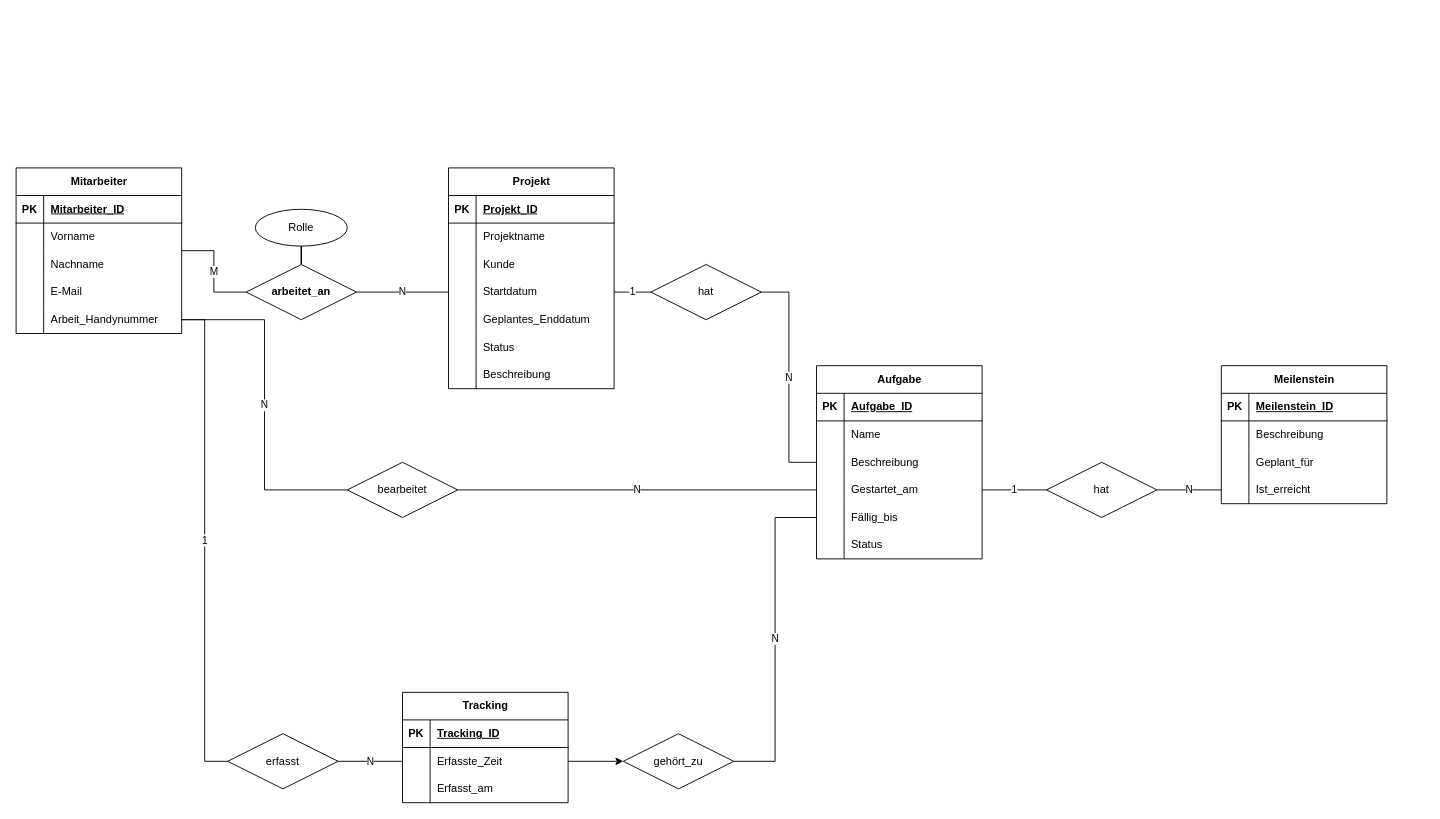
Before: tracking_database_erm.drawio in M1ndflayer/project_tracking_software, a draw.io diagram. Source tidied: cells renumbered, new cells numbered last; positions are measured from the earlier drawing's top-left corner, leaving out a move shared by most shapes. Both pictures are drawn from the tidied source at 92%, with x=0, y=0 at pixel (16, 167).
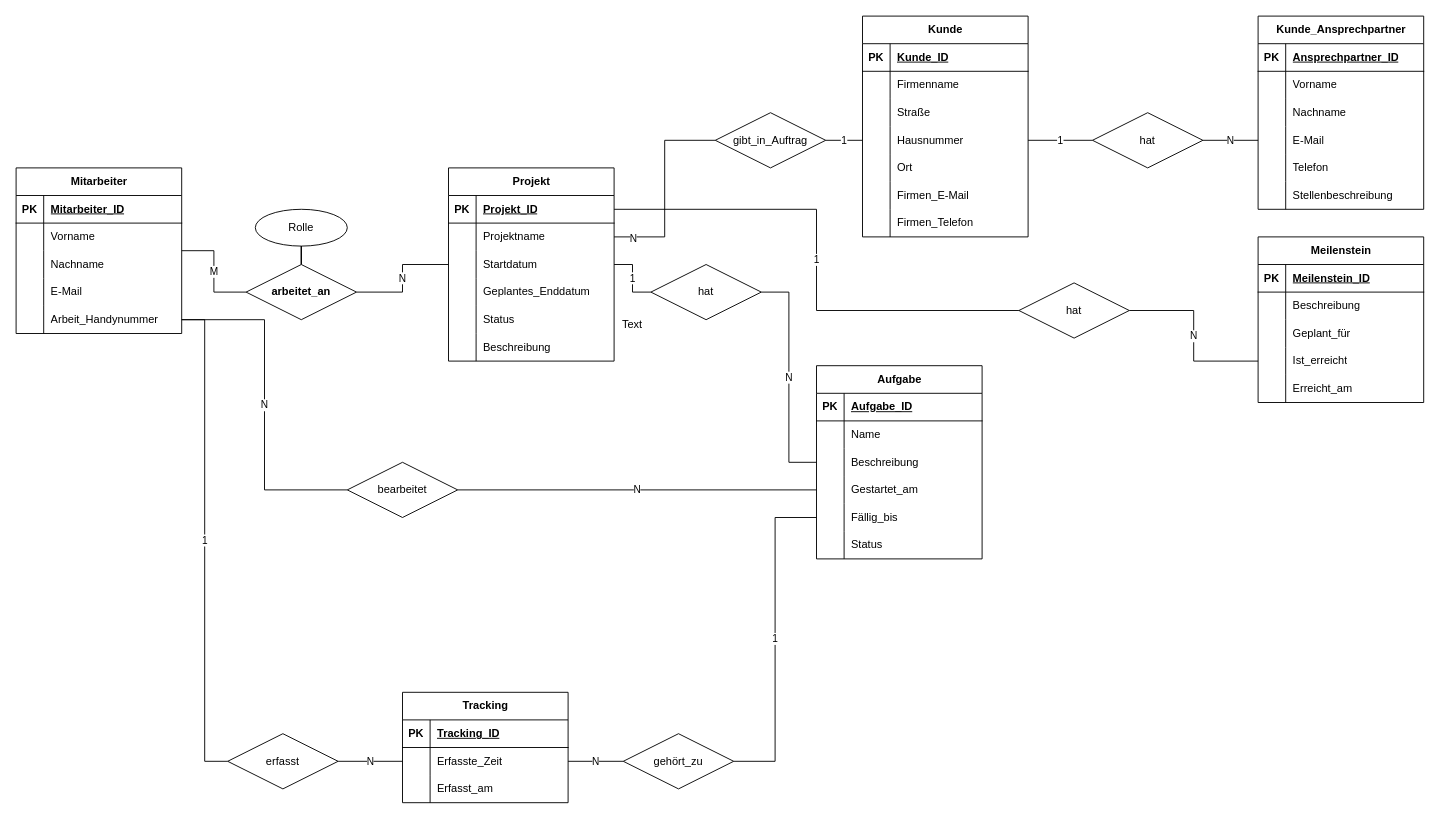
The same page after the edit.

The change refers to these unchanged cells:
```xml
<mxCell id="3" style="shape=tableRow;horizontal=0;startSize=0;swimlaneHead=0;swimlaneBody=0;fillColor=none;points=[[0,0.5],[1,0.5]];portConstraint=eastwest;top=0;left=0;right=0;bottom=1;" parent="2" vertex="1">
  <mxGeometry y="30" width="180" height="30" as="geometry" />
</mxCell>
<mxCell id="6" style="shape=tableRow;horizontal=0;startSize=0;swimlaneHead=0;swimlaneBody=0;fillColor=none;points=[[0,0.5],[1,0.5]];portConstraint=eastwest;top=0;left=0;right=0;bottom=0;" parent="2" vertex="1">
  <mxGeometry y="60" width="180" height="30" as="geometry" />
</mxCell>
<mxCell id="51" style="shape=tableRow;horizontal=0;startSize=0;swimlaneHead=0;swimlaneBody=0;fillColor=none;points=[[0,0.5],[1,0.5]];portConstraint=eastwest;top=0;left=0;right=0;bottom=0;" parent="41" vertex="1">
  <mxGeometry y="120" width="180" height="30" as="geometry" />
</mxCell>
<mxCell id="54" style="shape=tableRow;horizontal=0;startSize=0;swimlaneHead=0;swimlaneBody=0;fillColor=none;points=[[0,0.5],[1,0.5]];portConstraint=eastwest;top=0;left=0;right=0;bottom=0;" parent="41" vertex="1">
  <mxGeometry y="150" width="180" height="30" as="geometry" />
</mxCell>
<mxCell id="77" style="shape=tableRow;horizontal=0;startSize=0;swimlaneHead=0;swimlaneBody=0;fillColor=none;points=[[0,0.5],[1,0.5]];portConstraint=eastwest;top=0;left=0;right=0;bottom=0;" parent="73" vertex="1">
  <mxGeometry y="60" width="180" height="30" as="geometry" />
</mxCell>
<mxCell id="97" value="gehört_zu" style="shape=rhombus;perimeter=rhombusPerimeter;whiteSpace=wrap;html=1;align=center;" parent="1" vertex="1">
  <mxGeometry x="660" y="615" width="120" height="60" as="geometry" />
</mxCell>
```

The edit, as a diff of the source:
```diff
@@
     <mxCell id="2" value="Projekt" style="shape=table;startSize=30;childLayout=tableLayout;rowLines=0;fontStyle=1;align=center;html=1;" parent="1" vertex="1">
-      <mxGeometry x="470" width="180" height="240" as="geometry" />
+      <mxGeometry x="470" width="180" height="210" as="geometry" />
     </mxCell>
@@
-    <mxCell id="9" style="shape=tableRow;horizontal=0;startSize=0;swimlaneHead=0;swimlaneBody=0;fillColor=none;top=0;left=0;right=0;bottom=0;" parent="2" vertex="1">
-      <mxGeometry y="90" width="180" height="30" as="geometry" />
-    </mxCell>
-    <mxCell id="10" style="shape=partialRectangle;fillColor=none;top=0;left=0;bottom=0;right=0;overflow=hidden;whiteSpace=wrap;html=1;" parent="9" vertex="1">
-      <mxGeometry width="30" height="30" as="geometry" />
-    </mxCell>
-    <mxCell id="11" value="Kunde" style="shape=partialRectangle;fillColor=none;top=0;left=0;bottom=0;right=0;align=left;spacingLeft=6;overflow=hidden;whiteSpace=wrap;html=1;" parent="9" vertex="1">
-      <mxGeometry x="30" width="150" height="30" as="geometry" />
-    </mxCell>
     <mxCell id="12" style="shape=tableRow;horizontal=0;startSize=0;swimlaneHead=0;swimlaneBody=0;fillColor=none;points=[[0,0.5],[1,0.5]];portConstraint=eastwest;top=0;left=0;right=0;bottom=0;" parent="2" vertex="1">
-      <mxGeometry y="120" width="180" height="30" as="geometry" />
+      <mxGeometry y="90" width="180" height="30" as="geometry" />
     </mxCell>
@@
     <mxCell id="15" style="shape=tableRow;horizontal=0;startSize=0;swimlaneHead=0;swimlaneBody=0;fillColor=none;top=0;left=0;right=0;bottom=0;" parent="2" vertex="1">
-      <mxGeometry y="150" width="180" height="30" as="geometry" />
+      <mxGeometry y="120" width="180" height="30" as="geometry" />
     </mxCell>
@@
     <mxCell id="18" style="shape=tableRow;horizontal=0;startSize=0;swimlaneHead=0;swimlaneBody=0;fillColor=none;top=0;left=0;right=0;bottom=0;" parent="2" vertex="1">
-      <mxGeometry y="180" width="180" height="30" as="geometry" />
+      <mxGeometry y="150" width="180" height="30" as="geometry" />
     </mxCell>
@@
     <mxCell id="21" style="shape=tableRow;horizontal=0;startSize=0;swimlaneHead=0;swimlaneBody=0;fillColor=none;top=0;left=0;right=0;bottom=0;" parent="2" vertex="1">
-      <mxGeometry y="210" width="180" height="30" as="geometry" />
+      <mxGeometry y="180" width="180" height="30" as="geometry" />
     </mxCell>
@@
     <mxCell id="60" value="Meilenstein" style="shape=table;startSize=30;childLayout=tableLayout;rowLines=0;fontStyle=1;align=center;html=1;" parent="1" vertex="1">
-      <mxGeometry x="1310" y="215" width="180" height="150" as="geometry" />
+      <mxGeometry x="1350" y="75" width="180" height="180" as="geometry" />
     </mxCell>
@@
+    <mxCell id="105" style="shape=tableRow;horizontal=0;startSize=0;swimlaneHead=0;swimlaneBody=0;fillColor=none;top=0;left=0;right=0;bottom=0;" parent="60" vertex="1">
+      <mxGeometry y="150" width="180" height="30" as="geometry" />
+    </mxCell>
+    <mxCell id="106" style="shape=partialRectangle;fillColor=none;top=0;left=0;bottom=0;right=0;overflow=hidden;whiteSpace=wrap;html=1;" parent="105" vertex="1">
+      <mxGeometry width="30" height="30" as="geometry" />
+    </mxCell>
+    <mxCell id="107" value="Erreicht_am" style="shape=partialRectangle;fillColor=none;top=0;left=0;bottom=0;right=0;align=left;spacingLeft=6;overflow=hidden;whiteSpace=wrap;html=1;" parent="105" vertex="1">
+      <mxGeometry x="30" width="150" height="30" as="geometry" />
+    </mxCell>
@@
     <mxCell id="94" value="hat" style="shape=rhombus;perimeter=rhombusPerimeter;whiteSpace=wrap;html=1;align=center;" parent="1" vertex="1">
-      <mxGeometry x="1120" y="320" width="120" height="60" as="geometry" />
+      <mxGeometry x="1090" y="125" width="120" height="60" as="geometry" />
     </mxCell>
-    <mxCell id="95" value="1" style="edgeStyle=orthogonalEdgeStyle;rounded=0;jettySize=auto;html=1;exitX=1;exitY=0.5;exitDx=0;exitDy=0;entryX=0;entryY=0.5;entryDx=0;entryDy=0;endArrow=none;startFill=0;" parent="1" edge="1" source="51" target="94">
-      <mxGeometry relative="1" as="geometry" />
-    </mxCell>
-    <mxCell id="96" value="N" style="edgeStyle=orthogonalEdgeStyle;rounded=0;jettySize=auto;html=1;exitX=1;exitY=0.5;exitDx=0;exitDy=0;entryX=0;entryY=0.5;entryDx=0;entryDy=0;endArrow=none;startFill=0;" parent="1" edge="1" source="97" target="54">
+    <mxCell id="96" value="1" style="edgeStyle=orthogonalEdgeStyle;rounded=0;jettySize=auto;html=1;exitX=1;exitY=0.5;exitDx=0;exitDy=0;entryX=0;entryY=0.5;entryDx=0;entryDy=0;endArrow=none;startFill=0;" parent="1" edge="1" source="97" target="54">
       <mxGeometry relative="1" as="geometry" />
     </mxCell>
@@
-    <mxCell id="103" style="edgeStyle=orthogonalEdgeStyle;rounded=0;jettySize=auto;html=1;exitX=1;exitY=0.5;exitDx=0;exitDy=0;entryX=0;entryY=0.5;entryDx=0;entryDy=0;" parent="1" edge="1" source="77" target="97">
+    <mxCell id="103" value="N" style="edgeStyle=orthogonalEdgeStyle;rounded=0;jettySize=auto;html=1;exitX=1;exitY=0.5;exitDx=0;exitDy=0;entryX=0;entryY=0.5;entryDx=0;entryDy=0;endArrow=none;startFill=0;" parent="1" edge="1" source="77" target="97">
       <mxGeometry relative="1" as="geometry" />
     </mxCell>
@@
+    <mxCell id="11" value="Kunde" style="shape=table;startSize=30;childLayout=tableLayout;rowLines=0;fontStyle=1;align=center;html=1;" parent="1" vertex="1">
+      <mxGeometry x="920" y="-165" width="180" height="240" as="geometry" />
+    </mxCell>
+    <mxCell id="108" style="shape=tableRow;horizontal=0;startSize=0;swimlaneHead=0;swimlaneBody=0;fillColor=none;top=0;left=0;right=0;bottom=1;" parent="11" vertex="1">
+      <mxGeometry y="30" width="180" height="30" as="geometry" />
+    </mxCell>
+    <mxCell id="109" value="PK" style="shape=partialRectangle;fillColor=none;top=0;left=0;bottom=0;right=0;fontStyle=1;overflow=hidden;whiteSpace=wrap;html=1;" parent="108" vertex="1">
+      <mxGeometry width="30" height="30" as="geometry" />
+    </mxCell>
+    <mxCell id="110" value="Kunde_ID" style="shape=partialRectangle;fillColor=none;top=0;left=0;bottom=0;right=0;align=left;spacingLeft=6;fontStyle=5;overflow=hidden;whiteSpace=wrap;html=1;" parent="108" vertex="1">
+      <mxGeometry x="30" width="150" height="30" as="geometry" />
+    </mxCell>
+    <mxCell id="111" style="shape=tableRow;horizontal=0;startSize=0;swimlaneHead=0;swimlaneBody=0;fillColor=none;top=0;left=0;right=0;bottom=0;" parent="11" vertex="1">
+      <mxGeometry y="60" width="180" height="30" as="geometry" />
+    </mxCell>
+    <mxCell id="112" style="shape=partialRectangle;fillColor=none;top=0;left=0;bottom=0;right=0;overflow=hidden;whiteSpace=wrap;html=1;" parent="111" vertex="1">
+      <mxGeometry width="30" height="30" as="geometry" />
+    </mxCell>
+    <mxCell id="113" value="Firmenname" style="shape=partialRectangle;fillColor=none;top=0;left=0;bottom=0;right=0;align=left;spacingLeft=6;overflow=hidden;whiteSpace=wrap;html=1;" parent="111" vertex="1">
+      <mxGeometry x="30" width="150" height="30" as="geometry" />
+    </mxCell>
+    <mxCell id="114" style="shape=tableRow;horizontal=0;startSize=0;swimlaneHead=0;swimlaneBody=0;fillColor=none;top=0;left=0;right=0;bottom=0;" parent="11" vertex="1">
+      <mxGeometry y="90" width="180" height="30" as="geometry" />
+    </mxCell>
+    <mxCell id="115" style="shape=partialRectangle;fillColor=none;top=0;left=0;bottom=0;right=0;overflow=hidden;whiteSpace=wrap;html=1;" parent="114" vertex="1">
+      <mxGeometry width="30" height="30" as="geometry" />
+    </mxCell>
+    <mxCell id="116" value="Straße" style="shape=partialRectangle;fillColor=none;top=0;left=0;bottom=0;right=0;align=left;spacingLeft=6;overflow=hidden;whiteSpace=wrap;html=1;" parent="114" vertex="1">
+      <mxGeometry x="30" width="150" height="30" as="geometry" />
+    </mxCell>
+    <mxCell id="117" style="shape=tableRow;horizontal=0;startSize=0;swimlaneHead=0;swimlaneBody=0;fillColor=none;points=[[0,0.5],[1,0.5]];portConstraint=eastwest;top=0;left=0;right=0;bottom=0;" parent="11" vertex="1">
+      <mxGeometry y="120" width="180" height="30" as="geometry" />
+    </mxCell>
+    <mxCell id="118" style="shape=partialRectangle;fillColor=none;top=0;left=0;bottom=0;right=0;overflow=hidden;whiteSpace=wrap;html=1;" parent="117" vertex="1">
+      <mxGeometry width="30" height="30" as="geometry" />
+    </mxCell>
+    <mxCell id="119" value="Hausnummer" style="shape=partialRectangle;fillColor=none;top=0;left=0;bottom=0;right=0;align=left;spacingLeft=6;overflow=hidden;whiteSpace=wrap;html=1;" parent="117" vertex="1">
+      <mxGeometry x="30" width="150" height="30" as="geometry" />
+    </mxCell>
+    <mxCell id="120" style="shape=tableRow;horizontal=0;startSize=0;swimlaneHead=0;swimlaneBody=0;fillColor=none;top=0;left=0;right=0;bottom=0;" parent="11" vertex="1">
+      <mxGeometry y="150" width="180" height="30" as="geometry" />
+    </mxCell>
+    <mxCell id="121" style="shape=partialRectangle;fillColor=none;top=0;left=0;bottom=0;right=0;overflow=hidden;whiteSpace=wrap;html=1;" parent="120" vertex="1">
+      <mxGeometry width="30" height="30" as="geometry" />
+    </mxCell>
+    <mxCell id="122" value="Ort" style="shape=partialRectangle;fillColor=none;top=0;left=0;bottom=0;right=0;align=left;spacingLeft=6;overflow=hidden;whiteSpace=wrap;html=1;" parent="120" vertex="1">
+      <mxGeometry x="30" width="150" height="30" as="geometry" />
+    </mxCell>
+    <mxCell id="123" style="shape=tableRow;horizontal=0;startSize=0;swimlaneHead=0;swimlaneBody=0;fillColor=none;top=0;left=0;right=0;bottom=0;" parent="11" vertex="1">
+      <mxGeometry y="180" width="180" height="30" as="geometry" />
+    </mxCell>
+    <mxCell id="124" style="shape=partialRectangle;fillColor=none;top=0;left=0;bottom=0;right=0;overflow=hidden;whiteSpace=wrap;html=1;" parent="123" vertex="1">
+      <mxGeometry width="30" height="30" as="geometry" />
+    </mxCell>
+    <mxCell id="125" value="Firmen_E-Mail" style="shape=partialRectangle;fillColor=none;top=0;left=0;bottom=0;right=0;align=left;spacingLeft=6;overflow=hidden;whiteSpace=wrap;html=1;" parent="123" vertex="1">
+      <mxGeometry x="30" width="150" height="30" as="geometry" />
+    </mxCell>
+    <mxCell id="126" style="shape=tableRow;horizontal=0;startSize=0;swimlaneHead=0;swimlaneBody=0;fillColor=none;top=0;left=0;right=0;bottom=0;" parent="11" vertex="1">
+      <mxGeometry y="210" width="180" height="30" as="geometry" />
+    </mxCell>
+    <mxCell id="127" style="shape=partialRectangle;fillColor=none;top=0;left=0;bottom=0;right=0;overflow=hidden;whiteSpace=wrap;html=1;" parent="126" vertex="1">
+      <mxGeometry width="30" height="30" as="geometry" />
+    </mxCell>
+    <mxCell id="128" value="Firmen_Telefon" style="shape=partialRectangle;fillColor=none;top=0;left=0;bottom=0;right=0;align=left;spacingLeft=6;overflow=hidden;whiteSpace=wrap;html=1;" parent="126" vertex="1">
+      <mxGeometry x="30" width="150" height="30" as="geometry" />
+    </mxCell>
+    <mxCell id="129" value="Kunde_Ansprechpartner" style="shape=table;startSize=30;childLayout=tableLayout;rowLines=0;fontStyle=1;align=center;html=1;" parent="1" vertex="1">
+      <mxGeometry x="1350" y="-165" width="180" height="210" as="geometry" />
+    </mxCell>
+    <mxCell id="130" style="shape=tableRow;horizontal=0;startSize=0;swimlaneHead=0;swimlaneBody=0;fillColor=none;top=0;left=0;right=0;bottom=1;" parent="129" vertex="1">
+      <mxGeometry y="30" width="180" height="30" as="geometry" />
+    </mxCell>
+    <mxCell id="131" value="PK" style="shape=partialRectangle;fillColor=none;top=0;left=0;bottom=0;right=0;fontStyle=1;overflow=hidden;whiteSpace=wrap;html=1;" parent="130" vertex="1">
+      <mxGeometry width="30" height="30" as="geometry" />
+    </mxCell>
+    <mxCell id="132" value="Ansprechpartner_ID" style="shape=partialRectangle;fillColor=none;top=0;left=0;bottom=0;right=0;align=left;spacingLeft=6;fontStyle=5;overflow=hidden;whiteSpace=wrap;html=1;" parent="130" vertex="1">
+      <mxGeometry x="30" width="150" height="30" as="geometry" />
+    </mxCell>
+    <mxCell id="133" style="shape=tableRow;horizontal=0;startSize=0;swimlaneHead=0;swimlaneBody=0;fillColor=none;top=0;left=0;right=0;bottom=0;" parent="129" vertex="1">
+      <mxGeometry y="60" width="180" height="30" as="geometry" />
+    </mxCell>
+    <mxCell id="134" style="shape=partialRectangle;fillColor=none;top=0;left=0;bottom=0;right=0;overflow=hidden;whiteSpace=wrap;html=1;" parent="133" vertex="1">
+      <mxGeometry width="30" height="30" as="geometry" />
+    </mxCell>
+    <mxCell id="135" value="Vorname" style="shape=partialRectangle;fillColor=none;top=0;left=0;bottom=0;right=0;align=left;spacingLeft=6;overflow=hidden;whiteSpace=wrap;html=1;" parent="133" vertex="1">
+      <mxGeometry x="30" width="150" height="30" as="geometry" />
+    </mxCell>
+    <mxCell id="136" style="shape=tableRow;horizontal=0;startSize=0;swimlaneHead=0;swimlaneBody=0;fillColor=none;top=0;left=0;right=0;bottom=0;" parent="129" vertex="1">
+      <mxGeometry y="90" width="180" height="30" as="geometry" />
+    </mxCell>
+    <mxCell id="137" style="shape=partialRectangle;fillColor=none;top=0;left=0;bottom=0;right=0;overflow=hidden;whiteSpace=wrap;html=1;" parent="136" vertex="1">
+      <mxGeometry width="30" height="30" as="geometry" />
+    </mxCell>
+    <mxCell id="138" value="Nachname" style="shape=partialRectangle;fillColor=none;top=0;left=0;bottom=0;right=0;align=left;spacingLeft=6;overflow=hidden;whiteSpace=wrap;html=1;" parent="136" vertex="1">
+      <mxGeometry x="30" width="150" height="30" as="geometry" />
+    </mxCell>
+    <mxCell id="139" style="shape=tableRow;horizontal=0;startSize=0;swimlaneHead=0;swimlaneBody=0;fillColor=none;points=[[0,0.5],[1,0.5]];portConstraint=eastwest;top=0;left=0;right=0;bottom=0;" parent="129" vertex="1">
+      <mxGeometry y="120" width="180" height="30" as="geometry" />
+    </mxCell>
+    <mxCell id="140" style="shape=partialRectangle;fillColor=none;top=0;left=0;bottom=0;right=0;overflow=hidden;whiteSpace=wrap;html=1;" parent="139" vertex="1">
+      <mxGeometry width="30" height="30" as="geometry" />
+    </mxCell>
+    <mxCell id="141" value="E-Mail" style="shape=partialRectangle;fillColor=none;top=0;left=0;bottom=0;right=0;align=left;spacingLeft=6;overflow=hidden;whiteSpace=wrap;html=1;" parent="139" vertex="1">
+      <mxGeometry x="30" width="150" height="30" as="geometry" />
+    </mxCell>
+    <mxCell id="142" style="shape=tableRow;horizontal=0;startSize=0;swimlaneHead=0;swimlaneBody=0;fillColor=none;top=0;left=0;right=0;bottom=0;" parent="129" vertex="1">
+      <mxGeometry y="150" width="180" height="30" as="geometry" />
+    </mxCell>
+    <mxCell id="143" style="shape=partialRectangle;fillColor=none;top=0;left=0;bottom=0;right=0;overflow=hidden;whiteSpace=wrap;html=1;" parent="142" vertex="1">
+      <mxGeometry width="30" height="30" as="geometry" />
+    </mxCell>
+    <mxCell id="144" value="Telefon" style="shape=partialRectangle;fillColor=none;top=0;left=0;bottom=0;right=0;align=left;spacingLeft=6;overflow=hidden;whiteSpace=wrap;html=1;" parent="142" vertex="1">
+      <mxGeometry x="30" width="150" height="30" as="geometry" />
+    </mxCell>
+    <mxCell id="145" style="shape=tableRow;horizontal=0;startSize=0;swimlaneHead=0;swimlaneBody=0;fillColor=none;top=0;left=0;right=0;bottom=0;" parent="129" vertex="1">
+      <mxGeometry y="180" width="180" height="30" as="geometry" />
+    </mxCell>
+    <mxCell id="146" style="shape=partialRectangle;fillColor=none;top=0;left=0;bottom=0;right=0;overflow=hidden;whiteSpace=wrap;html=1;" parent="145" vertex="1">
+      <mxGeometry width="30" height="30" as="geometry" />
+    </mxCell>
+    <mxCell id="147" value="Stellenbeschreibung" style="shape=partialRectangle;fillColor=none;top=0;left=0;bottom=0;right=0;align=left;spacingLeft=6;overflow=hidden;whiteSpace=wrap;html=1;" parent="145" vertex="1">
+      <mxGeometry x="30" width="150" height="30" as="geometry" />
+    </mxCell>
+    <mxCell id="148" value="1" style="edgeStyle=orthogonalEdgeStyle;rounded=0;jettySize=auto;html=1;exitX=1;exitY=0.5;exitDx=0;exitDy=0;entryX=0;entryY=0.5;entryDx=0;entryDy=0;endArrow=none;startFill=0;" parent="1" edge="1" source="149" target="117">
+      <mxGeometry relative="1" as="geometry" />
+    </mxCell>
+    <mxCell id="149" value="gibt_in_Auftrag" style="shape=rhombus;perimeter=rhombusPerimeter;whiteSpace=wrap;html=1;align=center;" parent="1" vertex="1">
+      <mxGeometry x="760" y="-60" width="120" height="60" as="geometry" />
+    </mxCell>
+    <mxCell id="150" style="edgeStyle=orthogonalEdgeStyle;rounded=0;jettySize=auto;html=1;exitX=1;exitY=0.5;exitDx=0;exitDy=0;entryX=0;entryY=0.5;entryDx=0;entryDy=0;endArrow=none;startFill=0;" parent="1" edge="1" source="6" target="149">
+      <mxGeometry relative="1" as="geometry" />
+    </mxCell>
+    <mxCell id="151" value="N" style="edgeLabel;html=1;align=center;verticalAlign=middle;" parent="150" vertex="1">
+      <mxGeometry x="-0.8" y="-1" relative="1" as="geometry">
+        <mxPoint x="-1" as="offset" />
+      </mxGeometry>
+    </mxCell>
+    <mxCell id="152" value="N" style="edgeStyle=orthogonalEdgeStyle;rounded=0;jettySize=auto;html=1;exitX=1;exitY=0.5;exitDx=0;exitDy=0;entryX=0;entryY=0.5;entryDx=0;entryDy=0;endArrow=none;startFill=0;" parent="1" edge="1" source="153" target="139">
+      <mxGeometry relative="1" as="geometry" />
+    </mxCell>
+    <mxCell id="153" value="hat" style="shape=rhombus;perimeter=rhombusPerimeter;whiteSpace=wrap;html=1;align=center;" parent="1" vertex="1">
+      <mxGeometry x="1170" y="-60" width="120" height="60" as="geometry" />
+    </mxCell>
+    <mxCell id="154" value="1" style="edgeStyle=orthogonalEdgeStyle;rounded=0;jettySize=auto;html=1;exitX=1;exitY=0.5;exitDx=0;exitDy=0;entryX=0;entryY=0.5;entryDx=0;entryDy=0;endArrow=none;startFill=0;" parent="1" edge="1" source="117" target="153">
+      <mxGeometry relative="1" as="geometry" />
+    </mxCell>
+    <mxCell id="155" value="Text" style="text;strokeColor=none;align=center;fillColor=none;html=1;verticalAlign=middle;whiteSpace=wrap;rounded=0;" parent="1" vertex="1">
+      <mxGeometry x="640" y="155" width="60" height="30" as="geometry" />
+    </mxCell>
+    <mxCell id="156" value="1" style="edgeStyle=orthogonalEdgeStyle;rounded=0;jettySize=auto;html=1;exitX=1;exitY=0.5;exitDx=0;exitDy=0;entryX=0;entryY=0.5;entryDx=0;entryDy=0;endArrow=none;startFill=0;" parent="1" edge="1" source="3" target="94">
+      <mxGeometry relative="1" as="geometry" />
+    </mxCell>
```
